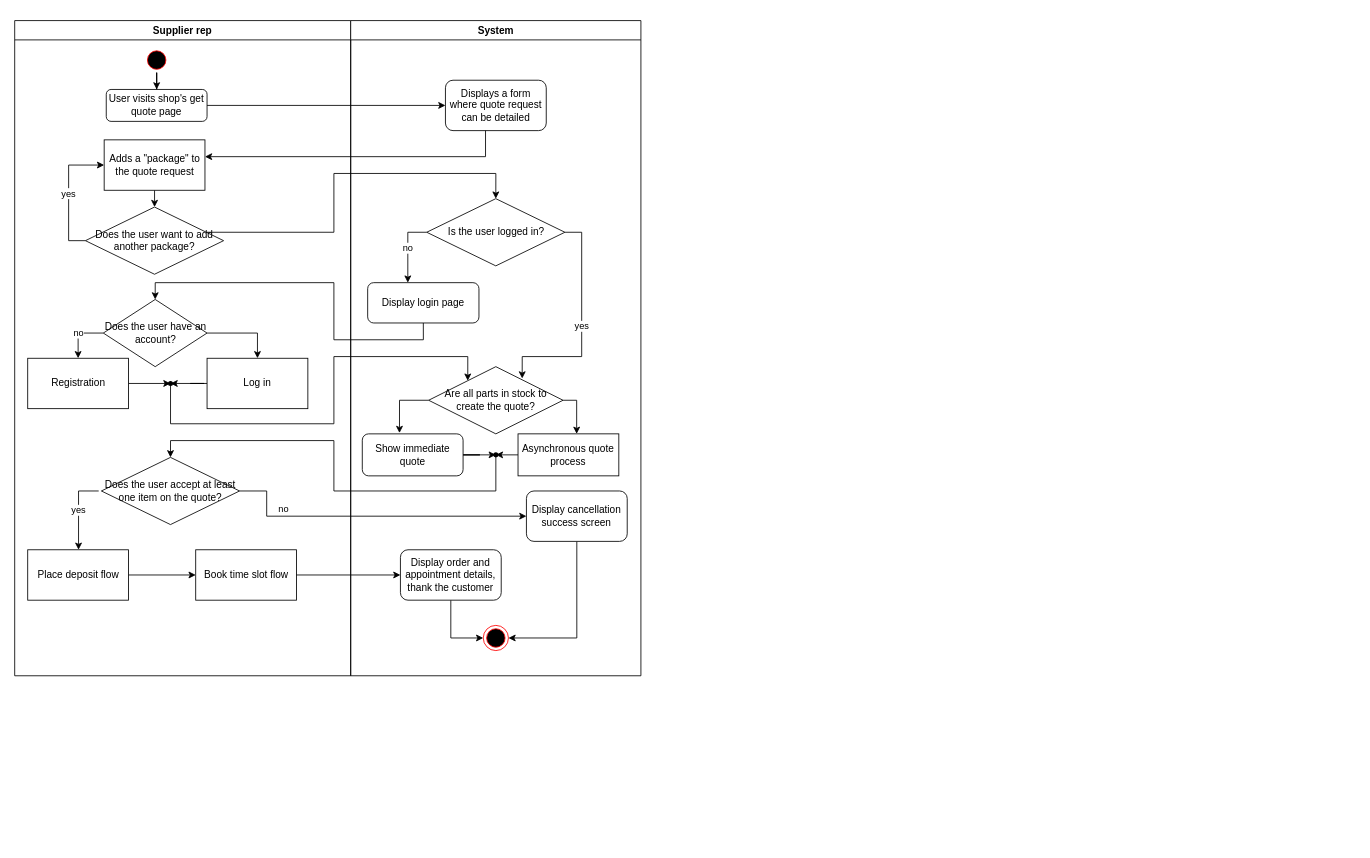
Awrmani/AutoQuotes keeps this draw.io diagram as Activity_Diagrams/End-User/MainQuotigFlow.drawio. Above is the earlier version. Source tidied: cells renumbered, new cells numbered last; positions are measured from the earlier drawing's top-left corner, leaving out a move shared by most shapes. Both pictures are drawn from the tidied source at 84%, with x=0, y=0 at pixel (14, 20).
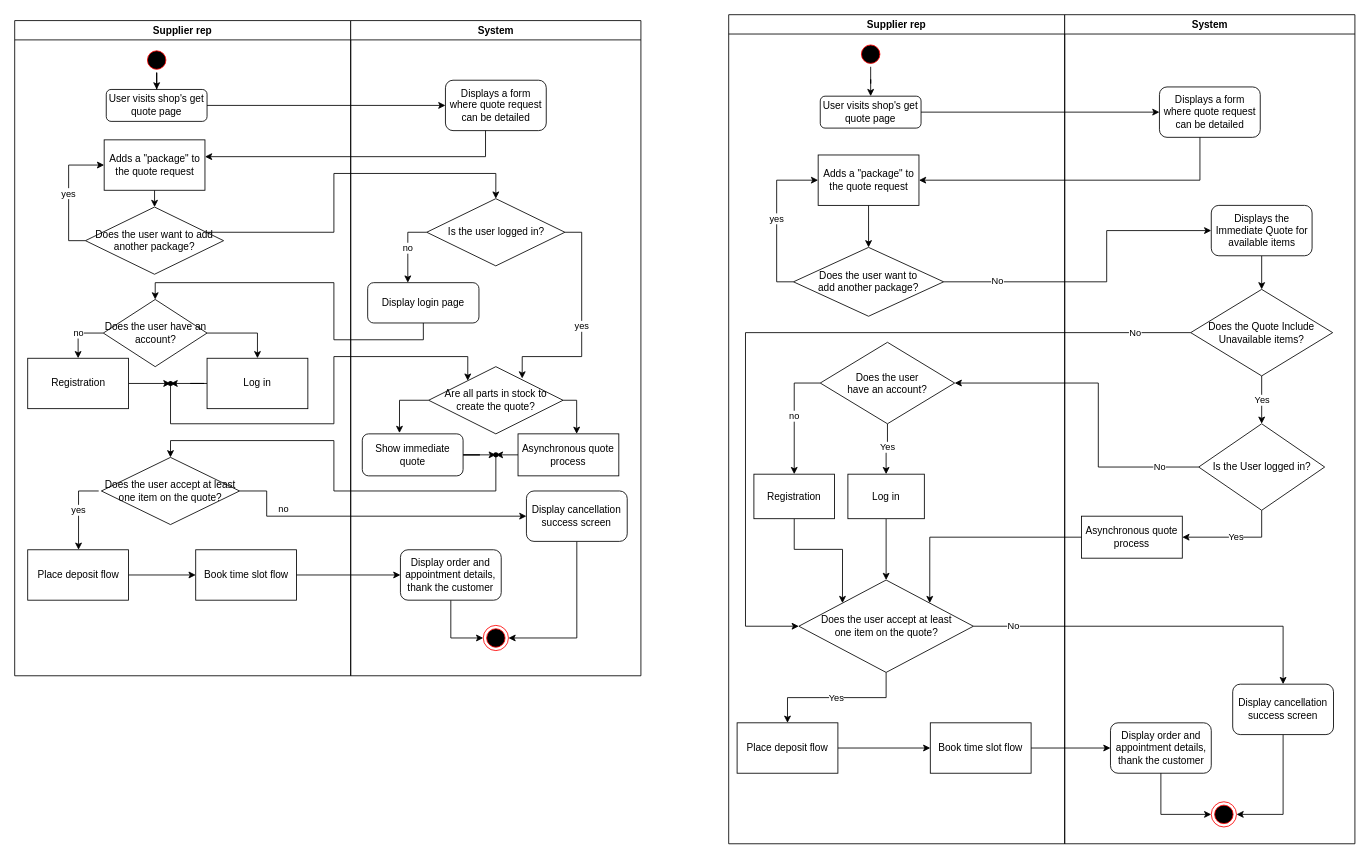
The same page after the edit.

Diff of the diagram source:
```diff
@@
+    <mxCell id="63" value="Supplier rep" style="swimlane;whiteSpace=wrap;" parent="1" vertex="1">
+      <mxGeometry x="850" y="-7" width="400" height="987" as="geometry" />
+    </mxCell>
+    <mxCell id="64" style="edgeStyle=orthogonalEdgeStyle;rounded=0;jettySize=auto;html=1;" parent="63" edge="1" source="65" target="71">
+      <mxGeometry relative="1" as="geometry" />
+    </mxCell>
+    <mxCell id="65" style="ellipse;shape=startState;fillColor=#000000;strokeColor=#ff0000;" parent="63" vertex="1">
+      <mxGeometry x="154" y="32" width="30" height="30" as="geometry" />
+    </mxCell>
+    <mxCell id="66" style="edgeStyle=orthogonalEdgeStyle;rounded=0;orthogonalLoop=1;jettySize=auto;html=1;strokeColor=#000000;" parent="63" edge="1">
+      <mxGeometry relative="1" as="geometry">
+        <mxPoint x="155.5" y="251" as="sourcePoint" />
+      </mxGeometry>
+    </mxCell>
+    <mxCell id="67" value="no" style="edgeLabel;html=1;align=center;verticalAlign=middle;" parent="66" vertex="1">
+      <mxGeometry x="-0.12" relative="1" as="geometry">
+        <mxPoint y="-9" as="offset" />
+      </mxGeometry>
+    </mxCell>
+    <mxCell id="68" style="edgeStyle=orthogonalEdgeStyle;rounded=0;orthogonalLoop=1;jettySize=auto;html=1;strokeColor=#000000;" parent="63" edge="1">
+      <mxGeometry relative="1" as="geometry">
+        <mxPoint x="85.5" y="290" as="sourcePoint" />
+      </mxGeometry>
+    </mxCell>
+    <mxCell id="69" value="yes" style="edgeLabel;html=1;align=center;verticalAlign=middle;" parent="68" vertex="1">
+      <mxGeometry x="-0.23" y="-1" relative="1" as="geometry">
+        <mxPoint x="11" y="2" as="offset" />
+      </mxGeometry>
+    </mxCell>
+    <mxCell id="70" style="edgeStyle=orthogonalEdgeStyle;rounded=0;orthogonalLoop=1;jettySize=auto;html=1;strokeColor=#000000;" parent="63" edge="1">
+      <mxGeometry relative="1" as="geometry">
+        <mxPoint x="85.5" y="353" as="sourcePoint" />
+      </mxGeometry>
+    </mxCell>
+    <mxCell id="71" value="User visits shop's get quote page" style="rounded=1;whiteSpace=wrap;html=1;" parent="63" vertex="1">
+      <mxGeometry x="109" y="97" width="120" height="38" as="geometry" />
+    </mxCell>
+    <mxCell id="72" style="edgeStyle=orthogonalEdgeStyle;rounded=0;jettySize=auto;html=1;" parent="63" edge="1" source="73" target="75">
+      <mxGeometry relative="1" as="geometry" />
+    </mxCell>
+    <mxCell id="73" value="Adds a &quot;package&quot; to the quote request" style="whiteSpace=wrap;html=1;" parent="63" vertex="1">
+      <mxGeometry x="106.5" y="167" width="120" height="60" as="geometry" />
+    </mxCell>
+    <mxCell id="74" value="yes" style="edgeStyle=orthogonalEdgeStyle;rounded=0;jettySize=auto;html=1;exitX=0;exitY=0.5;exitDx=0;exitDy=0;entryX=0;entryY=0.5;entryDx=0;entryDy=0;" parent="63" edge="1" source="75" target="73">
+      <mxGeometry relative="1" as="geometry" />
+    </mxCell>
+    <mxCell id="75" value="Does the user want to &lt;br&gt;add another package?" style="rhombus;whiteSpace=wrap;html=1;" parent="63" vertex="1">
+      <mxGeometry x="77.1" y="277" width="178.8" height="82" as="geometry" />
+    </mxCell>
+    <mxCell id="76" value="no" style="edgeStyle=orthogonalEdgeStyle;rounded=0;jettySize=auto;html=1;exitX=0;exitY=0.5;exitDx=0;exitDy=0;" parent="63" edge="1" source="78" target="80">
+      <mxGeometry relative="1" as="geometry" />
+    </mxCell>
+    <mxCell id="77" value="Yes" style="edgeStyle=orthogonalEdgeStyle;rounded=0;jettySize=auto;html=1;exitX=0.5;exitY=1;exitDx=0;exitDy=0;" parent="63" edge="1" source="78" target="82">
+      <mxGeometry x="-0.1" relative="1" as="geometry" />
+    </mxCell>
+    <mxCell id="78" value="Does the user &lt;br&gt;have an account?" style="rhombus;whiteSpace=wrap;html=1;" parent="63" vertex="1">
+      <mxGeometry x="109" y="390" width="160" height="97" as="geometry" />
+    </mxCell>
+    <mxCell id="79" style="edgeStyle=orthogonalEdgeStyle;rounded=0;jettySize=auto;html=1;entryX=0;entryY=0;entryDx=0;entryDy=0;" parent="63" edge="1" source="80" target="84">
+      <mxGeometry relative="1" as="geometry" />
+    </mxCell>
+    <mxCell id="80" value="Registration" style="whiteSpace=wrap;html=1;" parent="63" vertex="1">
+      <mxGeometry x="30" y="547" width="96" height="53" as="geometry" />
+    </mxCell>
+    <mxCell id="81" style="edgeStyle=orthogonalEdgeStyle;rounded=0;jettySize=auto;html=1;entryX=0.5;entryY=0;entryDx=0;entryDy=0;" parent="63" edge="1" source="82" target="84">
+      <mxGeometry relative="1" as="geometry" />
+    </mxCell>
+    <mxCell id="82" value="Log in" style="whiteSpace=wrap;html=1;" parent="63" vertex="1">
+      <mxGeometry x="141.9" y="547" width="91" height="53" as="geometry" />
+    </mxCell>
+    <mxCell id="83" value="Yes" style="edgeStyle=orthogonalEdgeStyle;rounded=0;jettySize=auto;html=1;entryX=0.5;entryY=0;entryDx=0;entryDy=0;" parent="63" edge="1" source="84" target="86">
+      <mxGeometry relative="1" as="geometry" />
+    </mxCell>
+    <mxCell id="84" value="Does the user accept at least &lt;br&gt;one item on the quote?" style="rhombus;whiteSpace=wrap;html=1;" parent="63" vertex="1">
+      <mxGeometry x="83.5" y="673" width="207.8" height="110" as="geometry" />
+    </mxCell>
+    <mxCell id="85" style="edgeStyle=orthogonalEdgeStyle;rounded=0;jettySize=auto;html=1;" parent="63" edge="1" source="86" target="87">
+      <mxGeometry relative="1" as="geometry" />
+    </mxCell>
+    <mxCell id="86" value="Place deposit flow" style="whiteSpace=wrap;html=1;" parent="63" vertex="1">
+      <mxGeometry x="10" y="843" width="120" height="60" as="geometry" />
+    </mxCell>
+    <mxCell id="87" value="Book time slot flow" style="whiteSpace=wrap;html=1;" parent="63" vertex="1">
+      <mxGeometry x="240" y="843" width="120" height="60" as="geometry" />
+    </mxCell>
+    <mxCell id="88" value="System" style="swimlane;whiteSpace=wrap;" parent="1" vertex="1">
+      <mxGeometry x="1250" y="-7" width="345.5" height="987" as="geometry" />
+    </mxCell>
+    <mxCell id="89" style="edgeStyle=orthogonalEdgeStyle;rounded=0;orthogonalLoop=1;jettySize=auto;html=1;strokeColor=#000000;" parent="88" edge="1">
+      <mxGeometry relative="1" as="geometry">
+        <mxPoint x="250.5" y="132" as="sourcePoint" />
+      </mxGeometry>
+    </mxCell>
+    <mxCell id="90" value="No" style="edgeLabel;html=1;align=center;verticalAlign=middle;" parent="89" vertex="1">
+      <mxGeometry x="-0.16" relative="1" as="geometry">
+        <mxPoint y="-10" as="offset" />
+      </mxGeometry>
+    </mxCell>
+    <mxCell id="91" style="edgeStyle=orthogonalEdgeStyle;rounded=0;orthogonalLoop=1;jettySize=auto;html=1;strokeColor=#000000;exitX=0;exitY=0.5;exitDx=0;exitDy=0;" parent="88" edge="1">
+      <mxGeometry relative="1" as="geometry">
+        <mxPoint x="165.5" y="92" as="sourcePoint" />
+      </mxGeometry>
+    </mxCell>
+    <mxCell id="92" value="Yes" style="edgeLabel;html=1;align=center;verticalAlign=middle;" parent="91" vertex="1">
+      <mxGeometry x="-0.2" relative="1" as="geometry">
+        <mxPoint x="11" y="-7" as="offset" />
+      </mxGeometry>
+    </mxCell>
+    <mxCell id="93" value="Displays a form where quote request can be detailed" style="rounded=1;whiteSpace=wrap;html=1;" parent="88" vertex="1">
+      <mxGeometry x="112.8" y="86" width="120" height="60" as="geometry" />
+    </mxCell>
+    <mxCell id="94" style="edgeStyle=orthogonalEdgeStyle;rounded=0;jettySize=auto;html=1;entryX=0.5;entryY=0;entryDx=0;entryDy=0;" parent="88" edge="1" source="95" target="97">
+      <mxGeometry relative="1" as="geometry" />
+    </mxCell>
+    <mxCell id="95" value="Displays the Immediate Quote for available items" style="rounded=1;whiteSpace=wrap;html=1;" parent="88" vertex="1">
+      <mxGeometry x="174.5" y="227" width="120" height="60" as="geometry" />
+    </mxCell>
+    <mxCell id="96" value="Yes" style="edgeStyle=orthogonalEdgeStyle;rounded=0;jettySize=auto;html=1;entryX=0.5;entryY=0;entryDx=0;entryDy=0;" parent="88" edge="1" source="97" target="99">
+      <mxGeometry relative="1" as="geometry" />
+    </mxCell>
+    <mxCell id="97" value="Does the Quote Include Unavailable items?" style="rhombus;whiteSpace=wrap;html=1;" parent="88" vertex="1">
+      <mxGeometry x="150" y="327" width="169" height="103" as="geometry" />
+    </mxCell>
+    <mxCell id="98" value="Yes" style="edgeStyle=orthogonalEdgeStyle;rounded=0;jettySize=auto;html=1;entryX=1;entryY=0.5;entryDx=0;entryDy=0;" parent="88" edge="1" source="99" target="100">
+      <mxGeometry relative="1" as="geometry">
+        <Array as="points">
+          <mxPoint x="235" y="622" />
+        </Array>
+      </mxGeometry>
+    </mxCell>
+    <mxCell id="99" value="Is the User logged in?" style="rhombus;whiteSpace=wrap;html=1;" parent="88" vertex="1">
+      <mxGeometry x="159.5" y="487" width="150" height="103" as="geometry" />
+    </mxCell>
+    <mxCell id="100" value="Asynchronous quote process" style="whiteSpace=wrap;html=1;sketch=0;" parent="88" vertex="1">
+      <mxGeometry x="20" y="597" width="120" height="50" as="geometry" />
+    </mxCell>
+    <mxCell id="101" value="Display order and appointment details, thank the customer" style="rounded=1;whiteSpace=wrap;html=1;" parent="88" vertex="1">
+      <mxGeometry x="54.5" y="843" width="120" height="60" as="geometry" />
+    </mxCell>
+    <mxCell id="102" style="ellipse;html=1;shape=endState;fillColor=#000000;strokeColor=#ff0000;" parent="88" vertex="1">
+      <mxGeometry x="174.5" y="937" width="30" height="30" as="geometry" />
+    </mxCell>
+    <mxCell id="103" style="edgeStyle=orthogonalEdgeStyle;rounded=0;jettySize=auto;html=1;entryX=0;entryY=0.5;entryDx=0;entryDy=0;" parent="88" edge="1" source="101" target="102">
+      <mxGeometry relative="1" as="geometry" />
+    </mxCell>
+    <mxCell id="104" style="edgeStyle=orthogonalEdgeStyle;rounded=0;jettySize=auto;html=1;" parent="1" edge="1" source="71" target="93">
+      <mxGeometry relative="1" as="geometry" />
+    </mxCell>
+    <mxCell id="105" style="edgeStyle=orthogonalEdgeStyle;rounded=0;jettySize=auto;html=1;entryX=1;entryY=0.5;entryDx=0;entryDy=0;" parent="1" edge="1" source="93" target="73">
+      <mxGeometry relative="1" as="geometry">
+        <Array as="points">
+          <mxPoint x="1411" y="190" />
+        </Array>
+      </mxGeometry>
+    </mxCell>
+    <mxCell id="106" style="edgeStyle=orthogonalEdgeStyle;rounded=0;jettySize=auto;html=1;" parent="1" edge="1" source="87" target="101">
+      <mxGeometry relative="1" as="geometry" />
+    </mxCell>
+    <mxCell id="107" value="No" style="edgeStyle=orthogonalEdgeStyle;rounded=0;jettySize=auto;html=1;entryX=0;entryY=0.5;entryDx=0;entryDy=0;" parent="1" edge="1" source="97" target="84">
+      <mxGeometry x="-0.86" relative="1" as="geometry">
+        <Array as="points">
+          <mxPoint x="870" y="372" />
+          <mxPoint x="870" y="721" />
+        </Array>
+      </mxGeometry>
+    </mxCell>
+    <mxCell id="108" value="No" style="edgeStyle=orthogonalEdgeStyle;rounded=0;jettySize=auto;html=1;entryX=1;entryY=0.5;entryDx=0;entryDy=0;" parent="1" edge="1" source="99" target="78">
+      <mxGeometry x="-0.76" relative="1" as="geometry">
+        <Array as="points">
+          <mxPoint x="1290" y="532" />
+          <mxPoint x="1290" y="432" />
+        </Array>
+      </mxGeometry>
+    </mxCell>
+    <mxCell id="109" style="edgeStyle=orthogonalEdgeStyle;rounded=0;jettySize=auto;html=1;exitX=0.5;exitY=1;exitDx=0;exitDy=0;entryX=1;entryY=0.5;entryDx=0;entryDy=0;" parent="1" edge="1" source="110" target="102">
+      <mxGeometry relative="1" as="geometry" />
+    </mxCell>
+    <mxCell id="110" value="Display cancellation success screen" style="rounded=1;whiteSpace=wrap;html=1;" parent="1" vertex="1">
+      <mxGeometry x="1450" y="790" width="120" height="60" as="geometry" />
+    </mxCell>
+    <mxCell id="111" style="edgeStyle=orthogonalEdgeStyle;rounded=0;jettySize=auto;html=1;entryX=1;entryY=0;entryDx=0;entryDy=0;" parent="1" edge="1" source="100" target="84">
+      <mxGeometry relative="1" as="geometry" />
+    </mxCell>
+    <mxCell id="112" value="No" style="edgeStyle=orthogonalEdgeStyle;rounded=0;jettySize=auto;html=1;exitX=1;exitY=0.5;exitDx=0;exitDy=0;" parent="1" edge="1" source="84" target="110">
+      <mxGeometry x="-0.78" relative="1" as="geometry" />
+    </mxCell>
+    <mxCell id="113" value="No" style="edgeStyle=orthogonalEdgeStyle;rounded=0;jettySize=auto;html=1;entryX=0;entryY=0.5;entryDx=0;entryDy=0;" parent="1" edge="1" source="75" target="95">
+      <mxGeometry x="-0.66" y="1" relative="1" as="geometry">
+        <Array as="points">
+          <mxPoint x="1300" y="311" />
+          <mxPoint x="1300" y="250" />
+        </Array>
+        <mxPoint x="-1" as="offset" />
+      </mxGeometry>
+    </mxCell>
```
